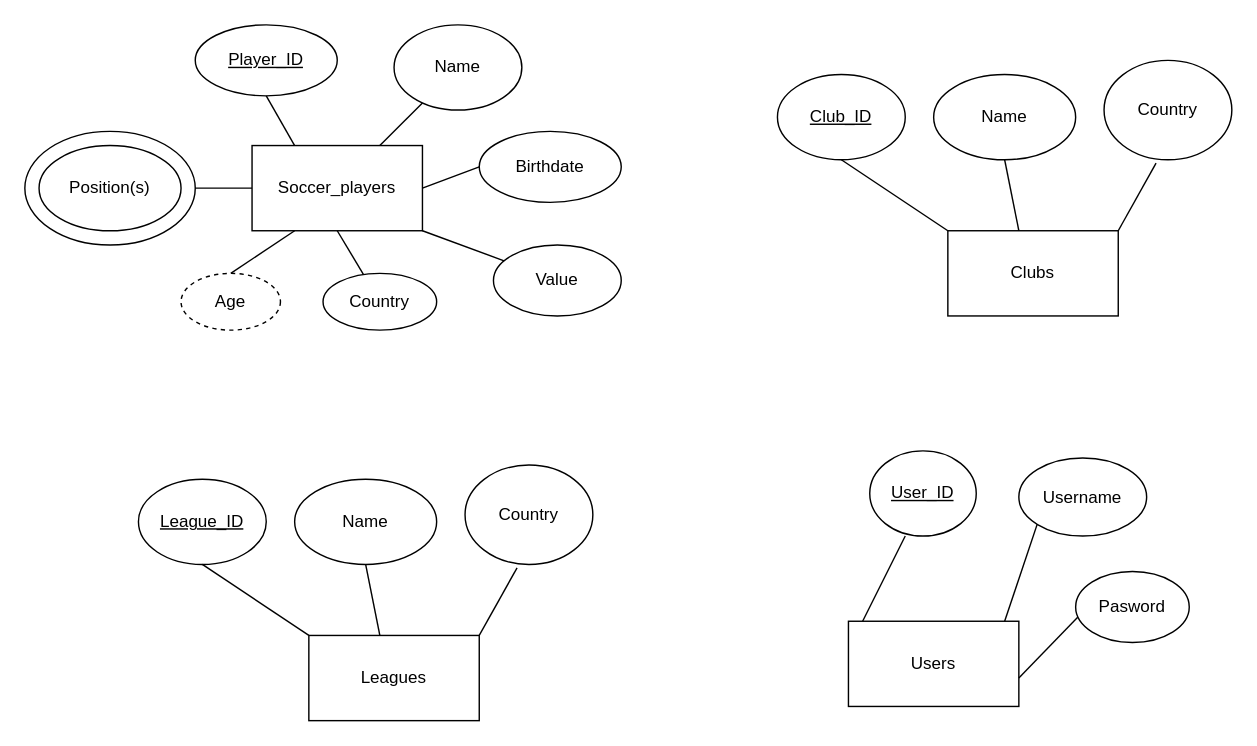
Before: Market Racoon.drawio in EmilianoValenciaGuzman/Market-Racoon, a draw.io diagram. Source tidied: cells renumbered, new cells numbered last; positions are measured from the earlier drawing's top-left corner, leaving out a move shared by most shapes. Both pictures are drawn from the tidied source at 142%, with x=0, y=0 at pixel (24, 24).
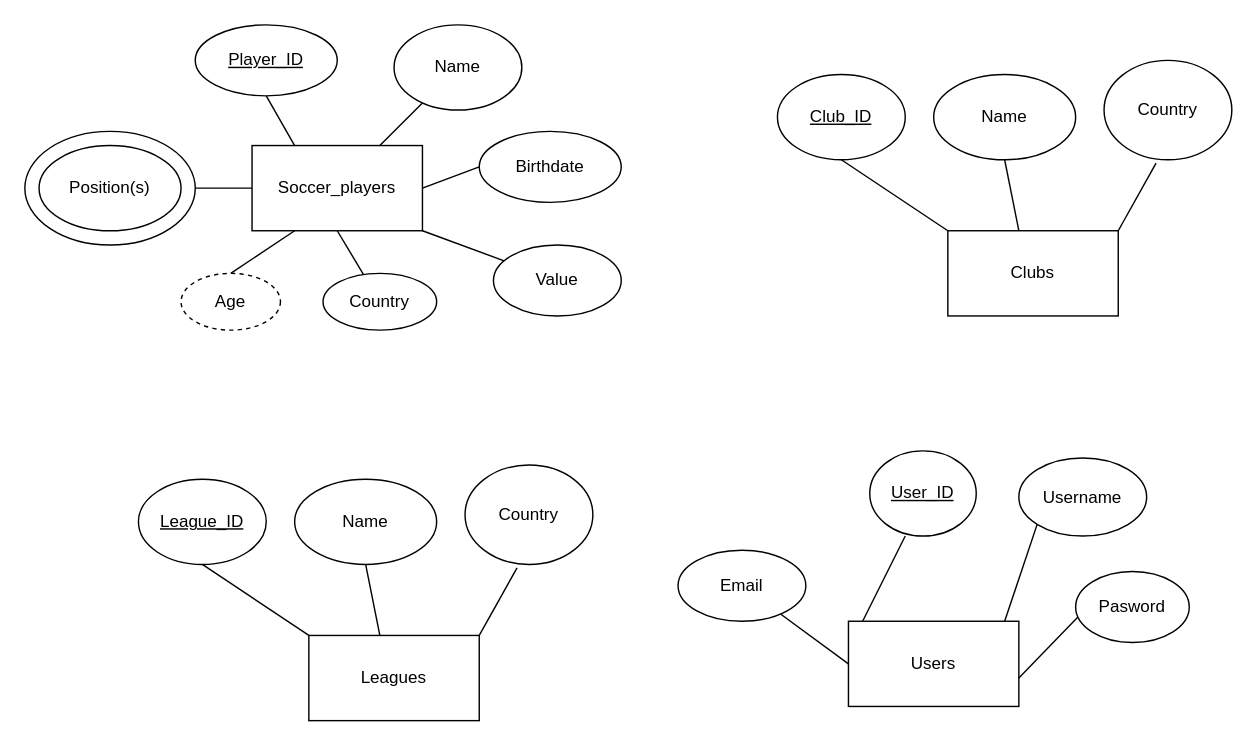
Above is the later version.

Unchanged cells that the change refers to:
```xml
<mxCell id="5" value="Users" style="rounded=0;whiteSpace=wrap;html=1;" parent="1" vertex="1">
  <mxGeometry x="580" y="420" width="120" height="60" as="geometry" />
</mxCell>
```

Change to the diagram source:
```diff
@@
+    <mxCell id="39" value="Email" style="ellipse;whiteSpace=wrap;html=1;" parent="1" vertex="1">
+      <mxGeometry x="460" y="370" width="90" height="50" as="geometry" />
+    </mxCell>
+    <mxCell id="40" style="endArrow=none;html=1;rounded=0;entryX=0;entryY=0.5;entryDx=0;entryDy=0;" parent="1" edge="1" source="39" target="5">
+      <mxGeometry relative="1" as="geometry" />
+    </mxCell>
```
